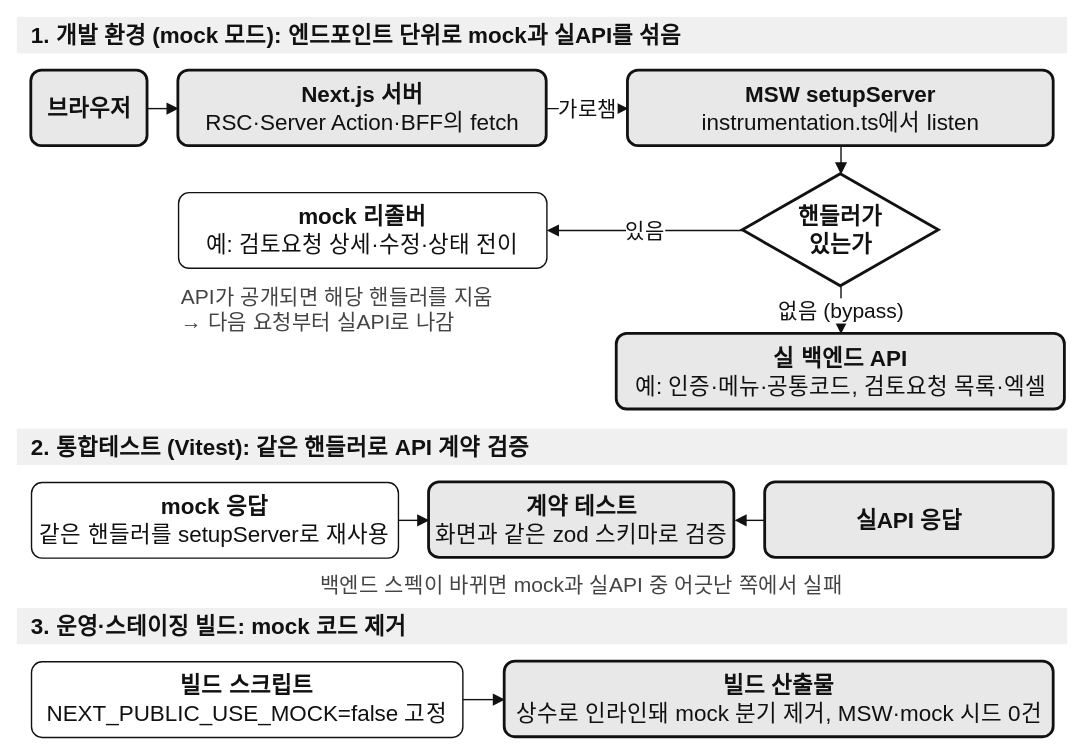
Before: public/diagrams/msw-mock-switch.drawio.svg, a diagram exported from draw.io (reasonjun/portfolio). Source tidied: cells renumbered, new cells last; positions are measured from the earlier drawing's top-left corner, leaving out a move shared by most shapes.
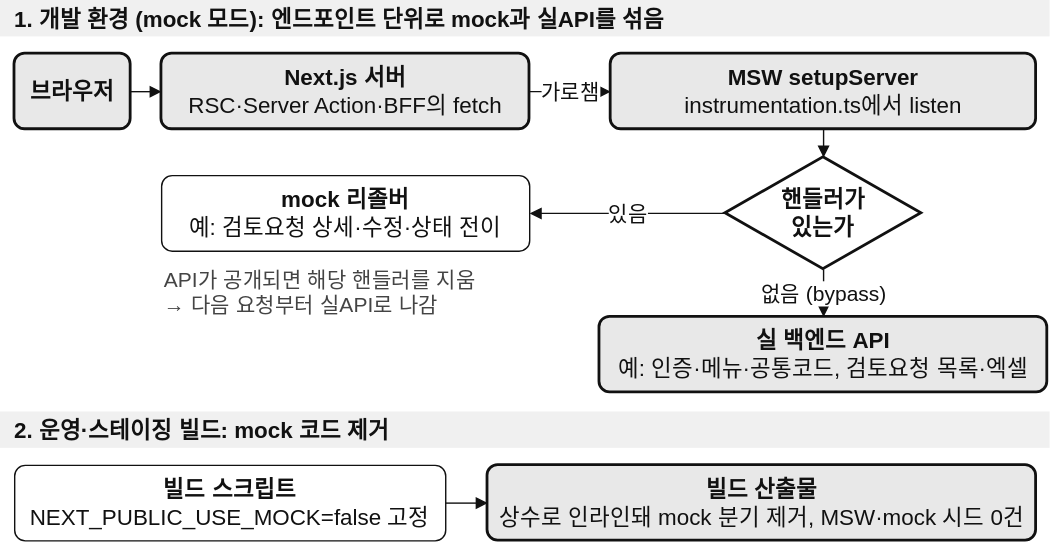
After the change.

Diff of the diagram source:
```diff
@@ -41,35 +41,14 @@
     <mxCell id="14" value="API가 공개되면 해당 핸들러를 지움&lt;br&gt;→ 다음 요청부터 실API로 나감" style="text;html=1;align=left;verticalAlign=top;whiteSpace=wrap;fontSize=15;fontColor=#444444;" parent="1" vertex="1">
       <mxGeometry x="115" y="184" width="263" height="40" as="geometry" />
     </mxCell>
-    <mxCell id="15" value="2. 통합테스트 (Vitest): 같은 핸들러로 API 계약 검증" style="rounded=0;html=1;align=left;spacingLeft=8;fontSize=16;fontStyle=1;fontColor=#111111;strokeColor=none;fillColor=#F0F0F0;" parent="1" vertex="1">
-      <mxGeometry y="294" width="750" height="26" as="geometry" />
-    </mxCell>
-    <mxCell id="16" value="mock 응답&lt;br&gt;&lt;span style=&quot;font-weight:normal;font-size:16px&quot;&gt;같은 핸들러를 setupServer로 재사용&lt;/span&gt;" style="rounded=1;whiteSpace=wrap;html=1;fontSize=16;fontStyle=1;fontColor=#111111;strokeColor=#111111;fillColor=#FFFFFF;arcSize=14;" parent="1" vertex="1">
-      <mxGeometry x="10" y="332" width="262" height="54" as="geometry" />
-    </mxCell>
-    <mxCell id="17" value="계약 테스트&lt;br&gt;&lt;span style=&quot;font-weight:normal;font-size:16px&quot;&gt;화면과 같은 zod 스키마로 검증&lt;/span&gt;" style="rounded=1;whiteSpace=wrap;html=1;fontSize=16;fontStyle=1;fontColor=#111111;strokeColor=#111111;strokeWidth=2;fillColor=#E8E8E8;arcSize=14;" parent="1" vertex="1">
-      <mxGeometry x="294" y="332" width="218" height="54" as="geometry" />
-    </mxCell>
-    <mxCell id="18" value="실API 응답" style="rounded=1;whiteSpace=wrap;html=1;fontSize=16;fontStyle=1;fontColor=#111111;strokeColor=#111111;strokeWidth=2;fillColor=#E8E8E8;arcSize=14;" parent="1" vertex="1">
-      <mxGeometry x="534" y="332" width="206" height="54" as="geometry" />
-    </mxCell>
-    <mxCell id="19" style="endArrow=block;endFill=1;html=1;strokeColor=#111111;" parent="1" edge="1" source="16" target="17">
-      <mxGeometry relative="1" as="geometry" />
-    </mxCell>
-    <mxCell id="20" style="endArrow=block;endFill=1;html=1;strokeColor=#111111;" parent="1" edge="1" source="18" target="17">
-      <mxGeometry relative="1" as="geometry" />
-    </mxCell>
-    <mxCell id="21" value="백엔드 스펙이 바뀌면 mock과 실API 중 어긋난 쪽에서 실패" style="text;html=1;align=center;verticalAlign=top;whiteSpace=wrap;fontSize=15;fontColor=#444444;" parent="1" vertex="1">
-      <mxGeometry x="173" y="390" width="460" height="22" as="geometry" />
-    </mxCell>
-    <mxCell id="22" value="3. 운영·스테이징 빌드: mock 코드 제거" style="rounded=0;html=1;align=left;spacingLeft=8;fontSize=16;fontStyle=1;fontColor=#111111;strokeColor=none;fillColor=#F0F0F0;" parent="1" vertex="1">
-      <mxGeometry y="422" width="750" height="26" as="geometry" />
+    <mxCell id="22" value="2. 운영·스테이징 빌드: mock 코드 제거" style="rounded=0;html=1;align=left;spacingLeft=8;fontSize=16;fontStyle=1;fontColor=#111111;strokeColor=none;fillColor=#F0F0F0;" parent="1" vertex="1">
+      <mxGeometry y="294" width="750" height="26" as="geometry" />
     </mxCell>
     <mxCell id="23" value="빌드 스크립트&lt;br&gt;&lt;span style=&quot;font-weight:normal;font-size:16px&quot;&gt;NEXT_PUBLIC_USE_MOCK=false 고정&lt;/span&gt;" style="rounded=1;whiteSpace=wrap;html=1;fontSize=16;fontStyle=1;fontColor=#111111;strokeColor=#111111;fillColor=#FFFFFF;arcSize=14;" parent="1" vertex="1">
-      <mxGeometry x="10" y="460" width="308" height="54" as="geometry" />
+      <mxGeometry x="10" y="332" width="308" height="54" as="geometry" />
     </mxCell>
     <mxCell id="24" value="빌드 산출물&lt;br&gt;&lt;span style=&quot;font-weight:normal;font-size:16px&quot;&gt;상수로 인라인돼 mock 분기 제거, MSW·mock 시드 0건&lt;/span&gt;" style="rounded=1;whiteSpace=wrap;html=1;fontSize=16;fontStyle=1;fontColor=#111111;strokeColor=#111111;strokeWidth=2;fillColor=#E8E8E8;arcSize=14;" parent="1" vertex="1">
-      <mxGeometry x="348" y="460" width="392" height="54" as="geometry" />
+      <mxGeometry x="348" y="332" width="392" height="54" as="geometry" />
     </mxCell>
     <mxCell id="25" style="endArrow=block;endFill=1;html=1;strokeColor=#111111;" parent="1" edge="1" source="23" target="24">
       <mxGeometry relative="1" as="geometry" />
```
